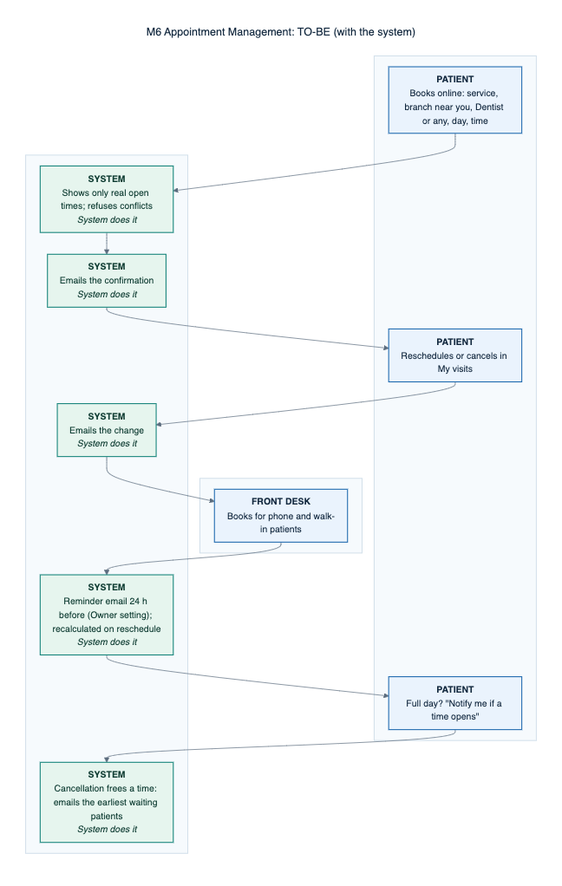
Before: docs/defense/diagrams/png/M6-appointment-management-to-be.png, a diagram exported from Mermaid (0phem/multibranch-dental-clinic). Its source is kept beside it as docs/defense/diagrams/M6-appointment-management-to-be.mmd.
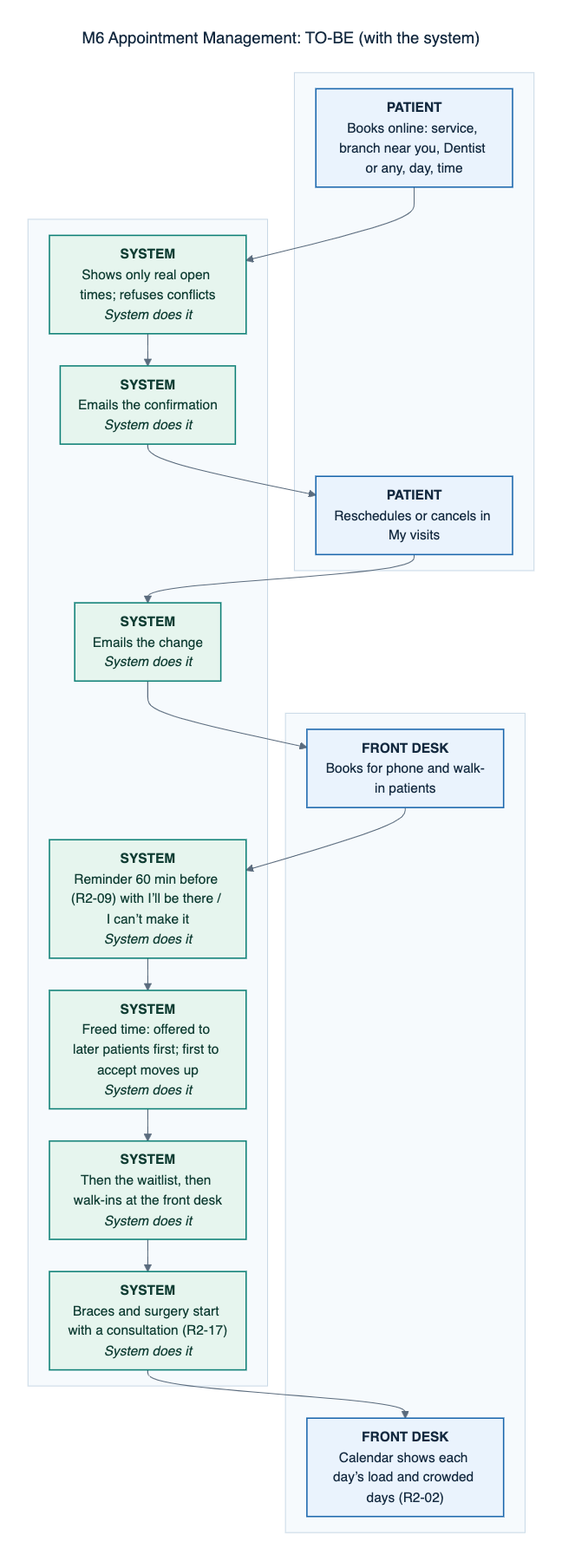
After the commit.

What changed in the source:
```diff
@@ -6,19 +6,21 @@
     direction LR
       S0["<b>PATIENT</b><br/>Books online: service, branch near you, Dentist or any, day, time"]:::manual
       S3["<b>PATIENT</b><br/>Reschedules or cancels in My visits"]:::manual
-      S7["<b>PATIENT</b><br/>Full day? #quot;Notify me if a time opens#quot;"]:::manual
     end
     subgraph L1[" "]
     direction LR
       S5["<b>FRONT DESK</b><br/>Books for phone and walk-in patients"]:::manual
+      S10["<b>FRONT DESK</b><br/>Calendar shows each day’s load and crowded days (R2-02)"]:::manual
     end
     subgraph L4[" "]
     direction LR
       S1["<b>SYSTEM</b><br/>Shows only real open times; refuses conflicts<br/><i>System does it</i>"]:::auto
       S2["<b>SYSTEM</b><br/>Emails the confirmation<br/><i>System does it</i>"]:::auto
       S4["<b>SYSTEM</b><br/>Emails the change<br/><i>System does it</i>"]:::auto
-      S6["<b>SYSTEM</b><br/>Reminder email 24 h before (Owner setting); recalculated on reschedule<br/><i>System does it</i>"]:::auto
-      S8["<b>SYSTEM</b><br/>Cancellation frees a time: emails the earliest waiting patients<br/><i>System does it</i>"]:::auto
+      S6["<b>SYSTEM</b><br/>Reminder 60 min before (R2-09) with I’ll be there / I can’t make it<br/><i>System does it</i>"]:::auto
+      S7["<b>SYSTEM</b><br/>Freed time: offered to later patients first; first to accept moves up<br/><i>System does it</i>"]:::auto
+      S8["<b>SYSTEM</b><br/>Then the waitlist, then walk-ins at the front desk<br/><i>System does it</i>"]:::auto
+      S9["<b>SYSTEM</b><br/>Braces and surgery start with a consultation (R2-17)<br/><i>System does it</i>"]:::auto
     end
     S0 --> S1
     S1 --> S2
@@ -28,6 +30,8 @@
     S5 --> S6
     S6 --> S7
     S7 --> S8
+    S8 --> S9
+    S9 --> S10
     classDef cited fill:#eaf3fd,stroke:#1865ac,color:#142a40,stroke-width:1.5px
     classDef confirm fill:#fffaf0,stroke:#b26a00,color:#5e3c00,stroke-width:1.5px,stroke-dasharray:6 4
     classDef auto fill:#e6f5ee,stroke:#0c7f75,color:#0f3d33,stroke-width:1.5px
```
